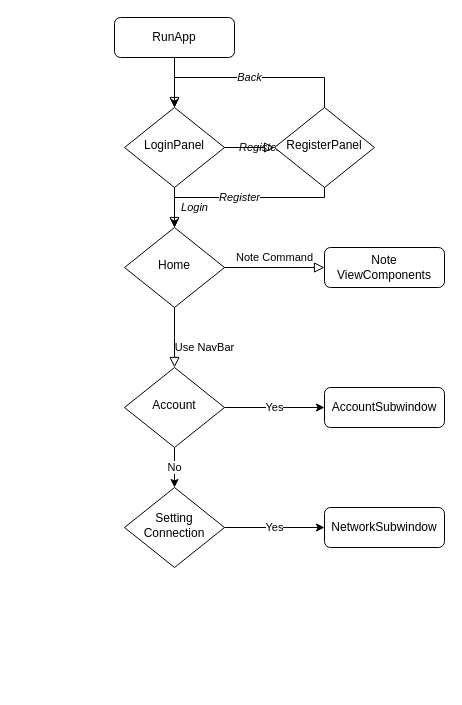
Above: images/flow.drawio in NhaDo/Note-Management (draw.io), before the change. Source tidied: cells renumbered, new cells numbered last; positions are measured from the earlier drawing's top-left corner, leaving out a move shared by most shapes. Both pictures are drawn from the tidied source at 100%, with x=0, y=0 at pixel (114, 17).
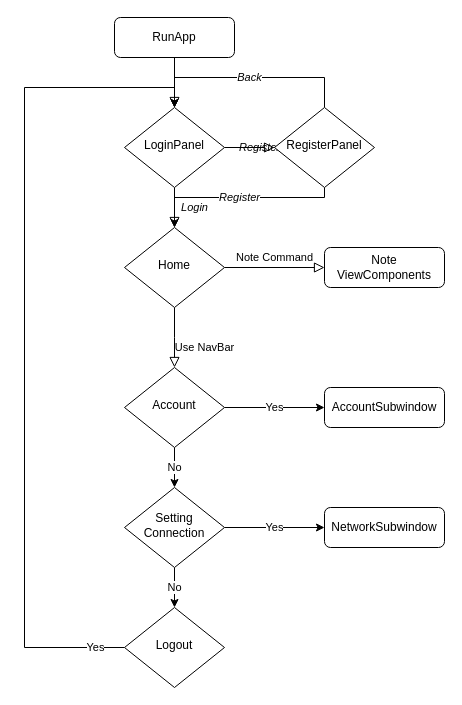
The same diagram, later.

Unchanged cells that the change refers to:
```xml
<mxCell id="6" value="LoginPanel" style="rhombus;whiteSpace=wrap;html=1;shadow=0;fontFamily=Helvetica;fontSize=12;align=center;strokeWidth=1;spacing=6;spacingTop=-4;" parent="1" vertex="1">
  <mxGeometry x="10" y="90" width="100" height="80" as="geometry" />
</mxCell>
<mxCell id="19" value="Setting Connection" style="rhombus;whiteSpace=wrap;html=1;shadow=0;fontFamily=Helvetica;fontSize=12;align=center;strokeWidth=1;spacing=6;spacingTop=-4;" parent="1" vertex="1">
  <mxGeometry x="10" y="470" width="100" height="80" as="geometry" />
</mxCell>
```

Change to the diagram source:
```diff
@@
+    <mxCell id="21" value="No" style="edgeStyle=orthogonalEdgeStyle;rounded=0;jettySize=auto;html=1;" parent="1" edge="1" source="19">
+      <mxGeometry relative="1" as="geometry">
+        <mxPoint x="60" y="590" as="targetPoint" />
+      </mxGeometry>
+    </mxCell>
@@
+    <mxCell id="22" value="Yes" style="edgeStyle=orthogonalEdgeStyle;rounded=0;jettySize=auto;html=1;entryX=0.5;entryY=0;entryDx=0;entryDy=0;" parent="1" edge="1" source="23" target="6">
+      <mxGeometry x="-0.93" relative="1" as="geometry">
+        <Array as="points">
+          <mxPoint x="-90" y="630" />
+          <mxPoint x="-90" y="70" />
+          <mxPoint x="60" y="70" />
+        </Array>
+      </mxGeometry>
+    </mxCell>
+    <mxCell id="23" value="Logout" style="rhombus;whiteSpace=wrap;html=1;shadow=0;fontFamily=Helvetica;fontSize=12;align=center;strokeWidth=1;spacing=6;spacingTop=-4;" parent="1" vertex="1">
+      <mxGeometry x="10" y="590" width="100" height="80" as="geometry" />
+    </mxCell>
```
